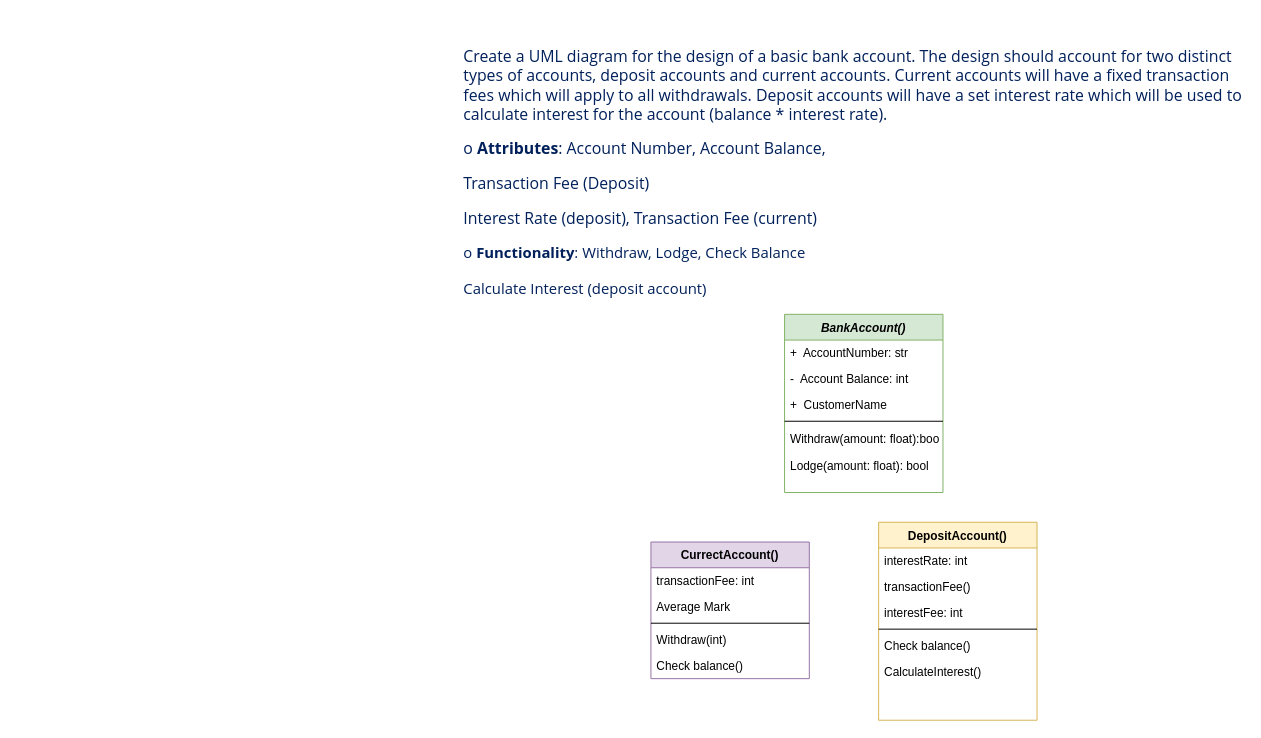
Earlier version of the draw.io diagram bankinguml.drawio (VictoriaJ4/VictoriaJ4). Source tidied: cells renumbered, new cells numbered last; positions are measured from the earlier drawing's top-left corner, leaving out a move shared by most shapes. Both pictures are drawn from the tidied source at 99%, with x=0, y=0 at pixel (462, 165).
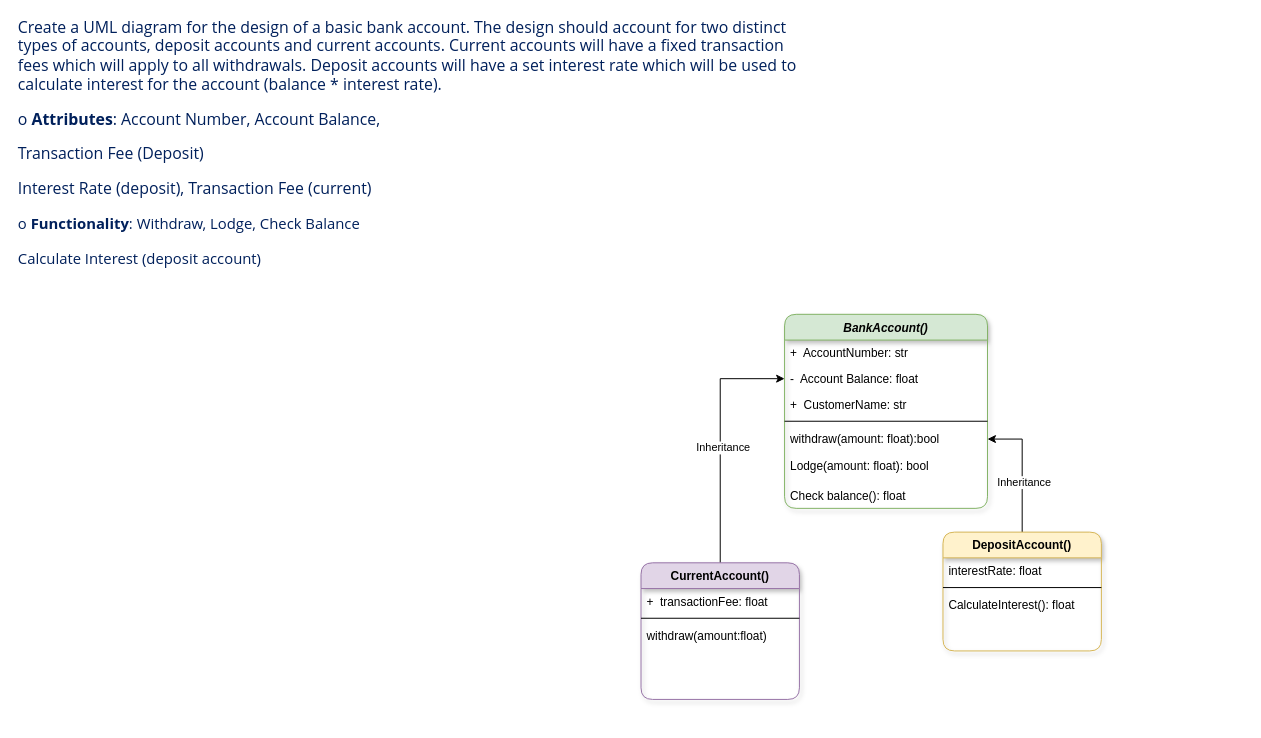
The same diagram, later.

Change to the diagram source:
```diff
@@
-<mxGraphModel>
+<mxGraphModel background="#ffffff">
@@
-    <mxCell id="2" value="BankAccount()" style="swimlane;fontStyle=3;align=center;verticalAlign=top;horizontal=1;startSize=26;rounded=0;shadow=0;strokeWidth=1;fillColor=#d5e8d4;strokeColor=#82b366;" parent="1" vertex="1">
-      <mxGeometry x="325" y="150" width="160" height="180" as="geometry" />
+    <mxCell id="2" value="BankAccount()" style="swimlane;fontStyle=3;align=center;verticalAlign=top;horizontal=1;startSize=26;rounded=1;shadow=1;strokeWidth=1;fillColor=#d5e8d4;strokeColor=#82b366;glass=0;" parent="1" vertex="1">
+      <mxGeometry x="325" y="150" width="205" height="196" as="geometry" />
     </mxCell>
     <mxCell id="3" value="+  AccountNumber: str" style="text;align=left;verticalAlign=top;spacingLeft=4;spacingRight=4;overflow=hidden;" parent="2" vertex="1">
-      <mxGeometry y="26" width="160" height="26" as="geometry" />
+      <mxGeometry y="26" width="205" height="26" as="geometry" />
     </mxCell>
-    <mxCell id="4" value="-  Account Balance: int" style="text;align=left;verticalAlign=top;spacingLeft=4;spacingRight=4;overflow=hidden;points=[[0,0.5],[1,0.5]];portConstraint=eastwest;rounded=0;shadow=0;html=0;" parent="2" vertex="1">
-      <mxGeometry y="52" width="160" height="26" as="geometry" />
+    <mxCell id="4" value="-  Account Balance: float" style="text;align=left;verticalAlign=top;spacingLeft=4;spacingRight=4;overflow=hidden;points=[[0,0.5],[1,0.5]];portConstraint=eastwest;rounded=0;shadow=0;html=0;" parent="2" vertex="1">
+      <mxGeometry y="52" width="205" height="26" as="geometry" />
     </mxCell>
-    <mxCell id="5" value="+  CustomerName" style="text;align=left;verticalAlign=top;spacingLeft=4;spacingRight=4;overflow=hidden;rounded=0;shadow=0;html=0;" parent="2" vertex="1">
-      <mxGeometry y="78" width="160" height="26" as="geometry" />
+    <mxCell id="5" value="+  CustomerName: str" style="text;align=left;verticalAlign=top;spacingLeft=4;spacingRight=4;overflow=hidden;rounded=0;shadow=0;html=0;" parent="2" vertex="1">
+      <mxGeometry y="78" width="205" height="26" as="geometry" />
     </mxCell>
     <mxCell id="6" style="line;html=1;strokeWidth=1;align=left;verticalAlign=middle;spacingTop=-1;spacingLeft=3;spacingRight=3;labelPosition=right;" parent="2" vertex="1">
-      <mxGeometry y="104" width="160" height="8" as="geometry" />
+      <mxGeometry y="104" width="205" height="8" as="geometry" />
     </mxCell>
-    <mxCell id="7" value="Withdraw(amount: float):bool" style="text;align=left;verticalAlign=top;spacingLeft=4;spacingRight=4;overflow=hidden;points=[[0,0.5],[1,0.5]];portConstraint=eastwest;" parent="2" vertex="1">
-      <mxGeometry y="112" width="160" height="28" as="geometry" />
+    <mxCell id="7" value="withdraw(amount: float):bool" style="text;align=left;verticalAlign=top;spacingLeft=4;spacingRight=4;overflow=hidden;points=[[0,0.5],[1,0.5]];portConstraint=eastwest;" parent="2" vertex="1">
+      <mxGeometry y="112" width="205" height="28" as="geometry" />
     </mxCell>
     <mxCell id="8" value="Lodge(amount: float): bool" style="text;align=left;verticalAlign=top;spacingLeft=4;spacingRight=4;overflow=hidden;" parent="2" vertex="1">
-      <mxGeometry y="140" width="160" height="30" as="geometry" />
+      <mxGeometry y="140" width="205" height="30" as="geometry" />
     </mxCell>
+    <mxCell id="14" value="Check balance(): float" style="text;align=left;verticalAlign=top;spacingLeft=4;spacingRight=4;overflow=hidden;" parent="2" vertex="1">
+      <mxGeometry y="170" width="205" height="26" as="geometry" />
+    </mxCell>
+    <mxCell id="23" style="edgeStyle=orthogonalEdgeStyle;rounded=0;jettySize=auto;html=1;" parent="1" edge="1" source="9" target="4">
+      <mxGeometry relative="1" as="geometry" />
+    </mxCell>
+    <mxCell id="24" value="Inheritance" style="edgeLabel;html=1;align=center;verticalAlign=middle;" parent="23" vertex="1">
+      <mxGeometry x="-0.07" y="-2" relative="1" as="geometry" />
+    </mxCell>
-    <mxCell id="9" value="CurrectAccount()" style="swimlane;fontStyle=1;align=center;verticalAlign=top;horizontal=1;startSize=26;rounded=0;shadow=0;strokeWidth=1;fillColor=#e1d5e7;strokeColor=#9673a6;" parent="1" vertex="1">
-      <mxGeometry x="190" y="380" width="160" height="138" as="geometry" />
+    <mxCell id="9" value="CurrentAccount()" style="swimlane;fontStyle=1;align=center;verticalAlign=top;horizontal=1;startSize=26;rounded=1;shadow=1;strokeWidth=1;fillColor=#e1d5e7;strokeColor=#9673a6;" parent="1" vertex="1">
+      <mxGeometry x="180" y="401" width="160" height="138" as="geometry" />
     </mxCell>
-    <mxCell id="10" value="transactionFee: int" style="text;align=left;verticalAlign=top;spacingLeft=4;spacingRight=4;overflow=hidden;" parent="9" vertex="1">
+    <mxCell id="10" value="+  transactionFee: float" style="text;align=left;verticalAlign=top;spacingLeft=4;spacingRight=4;overflow=hidden;" parent="9" vertex="1">
       <mxGeometry y="26" width="160" height="26" as="geometry" />
     </mxCell>
-    <mxCell id="11" value="Average Mark" style="text;align=left;verticalAlign=top;spacingLeft=4;spacingRight=4;overflow=hidden;rounded=0;shadow=0;html=0;" parent="9" vertex="1">
-      <mxGeometry y="52" width="160" height="26" as="geometry" />
-    </mxCell>
     <mxCell id="12" style="line;html=1;strokeWidth=1;align=left;verticalAlign=middle;spacingTop=-1;spacingLeft=3;spacingRight=3;labelPosition=right;" parent="9" vertex="1">
-      <mxGeometry y="78" width="160" height="8" as="geometry" />
+      <mxGeometry y="52" width="160" height="8" as="geometry" />
     </mxCell>
-    <mxCell id="13" value="Withdraw(int)" style="text;align=left;verticalAlign=top;spacingLeft=4;spacingRight=4;overflow=hidden;" parent="9" vertex="1">
-      <mxGeometry y="86" width="160" height="26" as="geometry" />
+    <mxCell id="13" value="withdraw(amount:float)" style="text;align=left;verticalAlign=top;spacingLeft=4;spacingRight=4;overflow=hidden;" parent="9" vertex="1">
+      <mxGeometry y="60" width="160" height="26" as="geometry" />
     </mxCell>
-    <mxCell id="14" value="Check balance()" style="text;align=left;verticalAlign=top;spacingLeft=4;spacingRight=4;overflow=hidden;" parent="9" vertex="1">
-      <mxGeometry y="112" width="160" height="26" as="geometry" />
-    </mxCell>
+    <mxCell id="25" style="edgeStyle=orthogonalEdgeStyle;rounded=0;jettySize=auto;html=1;" parent="1" edge="1" source="15" target="7">
+      <mxGeometry relative="1" as="geometry" />
+    </mxCell>
+    <mxCell id="26" value="Inheritance" style="edgeLabel;html=1;align=center;verticalAlign=middle;" parent="25" vertex="1">
+      <mxGeometry x="-0.21" y="-1" relative="1" as="geometry" />
+    </mxCell>
-    <mxCell id="15" value="DepositAccount()" style="swimlane;fontStyle=1;align=center;verticalAlign=top;horizontal=1;startSize=26;rounded=0;shadow=0;strokeWidth=1;fillColor=#fff2cc;strokeColor=#d6b656;" parent="1" vertex="1">
-      <mxGeometry x="420" y="360" width="160" height="200" as="geometry" />
+    <mxCell id="15" value="DepositAccount()" style="swimlane;fontStyle=1;align=center;verticalAlign=top;horizontal=1;startSize=26;rounded=1;shadow=1;strokeWidth=1;fillColor=#fff2cc;strokeColor=#d6b656;" parent="1" vertex="1">
+      <mxGeometry x="485" y="370" width="160" height="120" as="geometry" />
     </mxCell>
-    <mxCell id="16" value="interestRate: int" style="text;align=left;verticalAlign=top;spacingLeft=4;spacingRight=4;overflow=hidden;" parent="15" vertex="1">
+    <mxCell id="16" value="interestRate: float" style="text;align=left;verticalAlign=top;spacingLeft=4;spacingRight=4;overflow=hidden;" parent="15" vertex="1">
       <mxGeometry y="26" width="160" height="26" as="geometry" />
     </mxCell>
-    <mxCell id="17" value="transactionFee()" style="text;align=left;verticalAlign=top;spacingLeft=4;spacingRight=4;overflow=hidden;rounded=0;shadow=0;html=0;" parent="15" vertex="1">
-      <mxGeometry y="52" width="160" height="26" as="geometry" />
-    </mxCell>
-    <mxCell id="18" value="interestFee: int" style="text;align=left;verticalAlign=top;spacingLeft=4;spacingRight=4;overflow=hidden;rounded=0;shadow=0;html=0;" parent="15" vertex="1">
-      <mxGeometry y="78" width="160" height="26" as="geometry" />
-    </mxCell>
     <mxCell id="19" style="line;html=1;strokeWidth=1;align=left;verticalAlign=middle;spacingTop=-1;spacingLeft=3;spacingRight=3;labelPosition=right;" parent="15" vertex="1">
-      <mxGeometry y="104" width="160" height="8" as="geometry" />
+      <mxGeometry y="52" width="160" height="8" as="geometry" />
     </mxCell>
-    <mxCell id="20" value="Check balance()" style="text;align=left;verticalAlign=top;spacingLeft=4;spacingRight=4;overflow=hidden;" parent="15" vertex="1">
-      <mxGeometry y="112" width="160" height="26" as="geometry" />
-    </mxCell>
-    <mxCell id="21" value="CalculateInterest()" style="text;align=left;verticalAlign=top;spacingLeft=4;spacingRight=4;overflow=hidden;" parent="15" vertex="1">
-      <mxGeometry y="138" width="160" height="26" as="geometry" />
+    <mxCell id="21" value="CalculateInterest(): float" style="text;align=left;verticalAlign=top;spacingLeft=4;spacingRight=4;overflow=hidden;" parent="15" vertex="1">
+      <mxGeometry y="60" width="160" height="26" as="geometry" />
     </mxCell>
     <mxCell id="22" value="&lt;p style=&quot;box-sizing: border-box; margin-top: 0px; margin-bottom: 1rem; color: rgb(0, 32, 91); font-family: &amp;quot;Open Sans&amp;quot;, sans-serif; font-size: 16px; text-align: left; background-color: rgb(255, 255, 255);&quot; dir=&quot;ltr&quot;&gt;Create a UML diagram for the design of a basic bank account. The design should account for two&amp;nbsp;distinct types of accounts, deposit accounts and current accounts. Current accounts will have a fixed transaction fees which will apply to all withdrawals. Deposit accounts will have a set interest rate&amp;nbsp;which will be used to calculate interest for the account (balance * interest rate).&amp;nbsp;&lt;/p&gt;&lt;p style=&quot;box-sizing: border-box; margin-top: 0px; margin-bottom: 1rem; color: rgb(0, 32, 91); font-family: &amp;quot;Open Sans&amp;quot;, sans-serif; font-size: 16px; text-align: left; background-color: rgb(255, 255, 255);&quot; dir=&quot;ltr&quot;&gt;o&amp;nbsp;&lt;span style=&quot;box-sizing: border-box; font-weight: bolder;&quot;&gt;Attributes&lt;/span&gt;: Account Number, Account Balance,&amp;nbsp;&lt;/p&gt;&lt;p style=&quot;box-sizing: border-box; margin-top: 0px; margin-bottom: 1rem; color: rgb(0, 32, 91); font-family: &amp;quot;Open Sans&amp;quot;, sans-serif; font-size: 16px; text-align: left; background-color: rgb(255, 255, 255);&quot; dir=&quot;ltr&quot;&gt;Transaction Fee&amp;nbsp;(Deposit)&lt;/p&gt;&lt;p style=&quot;box-sizing: border-box; margin-top: 0px; margin-bottom: 1rem; color: rgb(0, 32, 91); font-family: &amp;quot;Open Sans&amp;quot;, sans-serif; font-size: 16px; text-align: left; background-color: rgb(255, 255, 255);&quot; dir=&quot;ltr&quot;&gt;Interest Rate (deposit), Transaction Fee&amp;nbsp;(current)&lt;/p&gt;&lt;p style=&quot;box-sizing: border-box; margin-top: 0px; margin-bottom: 1rem; color: rgb(0, 32, 91); font-family: &amp;quot;Open Sans&amp;quot;, sans-serif; font-size: 16px; text-align: left; background-color: rgb(255, 255, 255);&quot; dir=&quot;ltr&quot;&gt;&lt;span style=&quot;box-sizing: border-box; font-size: 0.9375rem;&quot;&gt;o&amp;nbsp;&lt;/span&gt;&lt;span style=&quot;box-sizing: border-box; font-weight: bolder; font-size: 0.9375rem;&quot;&gt;Functionality&lt;/span&gt;&lt;span style=&quot;box-sizing: border-box; font-size: 0.9375rem;&quot;&gt;: Withdraw, Lodge, Check Balance&amp;nbsp;&lt;/span&gt;&lt;/p&gt;&lt;p style=&quot;box-sizing: border-box; margin-top: 0px; margin-bottom: 1rem; color: rgb(0, 32, 91); font-family: &amp;quot;Open Sans&amp;quot;, sans-serif; font-size: 16px; text-align: left; background-color: rgb(255, 255, 255);&quot; dir=&quot;ltr&quot;&gt;&lt;span style=&quot;box-sizing: border-box; font-size: 0.9375rem;&quot;&gt;Calculate Interest (deposit account)&lt;/span&gt;&lt;/p&gt;" style="text;html=1;align=center;verticalAlign=middle;whiteSpace=wrap;rounded=0;" parent="1" vertex="1">
-      <mxGeometry width="790" height="30" as="geometry" />
+      <mxGeometry x="-450" y="-30" width="790" height="30" as="geometry" />
     </mxCell>
```
